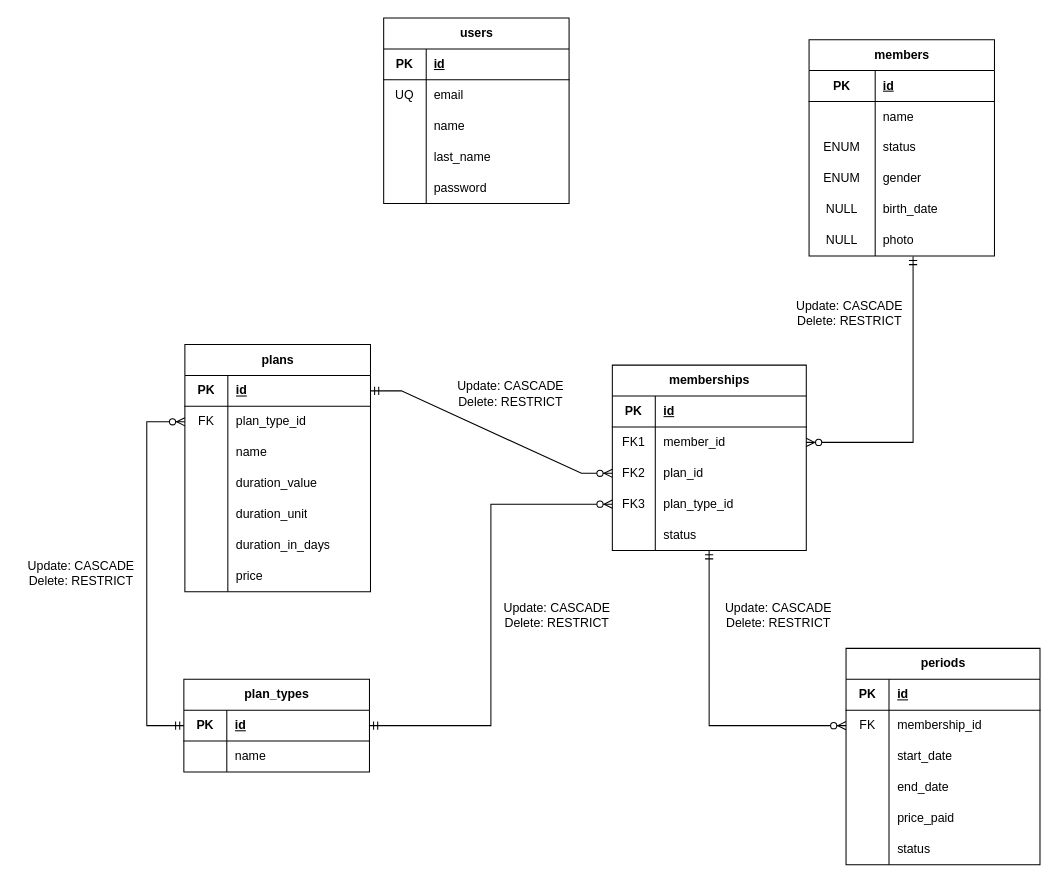
The draw.io diagram docs/logical-design.drawio in hdz-kevin/TecnoGym, before the edit. Source tidied: cells renumbered, new cells numbered last; positions are measured from the earlier drawing's top-left corner, leaving out a move shared by most shapes. Both pictures are drawn from the tidied source at 103%, with x=0, y=0 at pixel (18, 18).
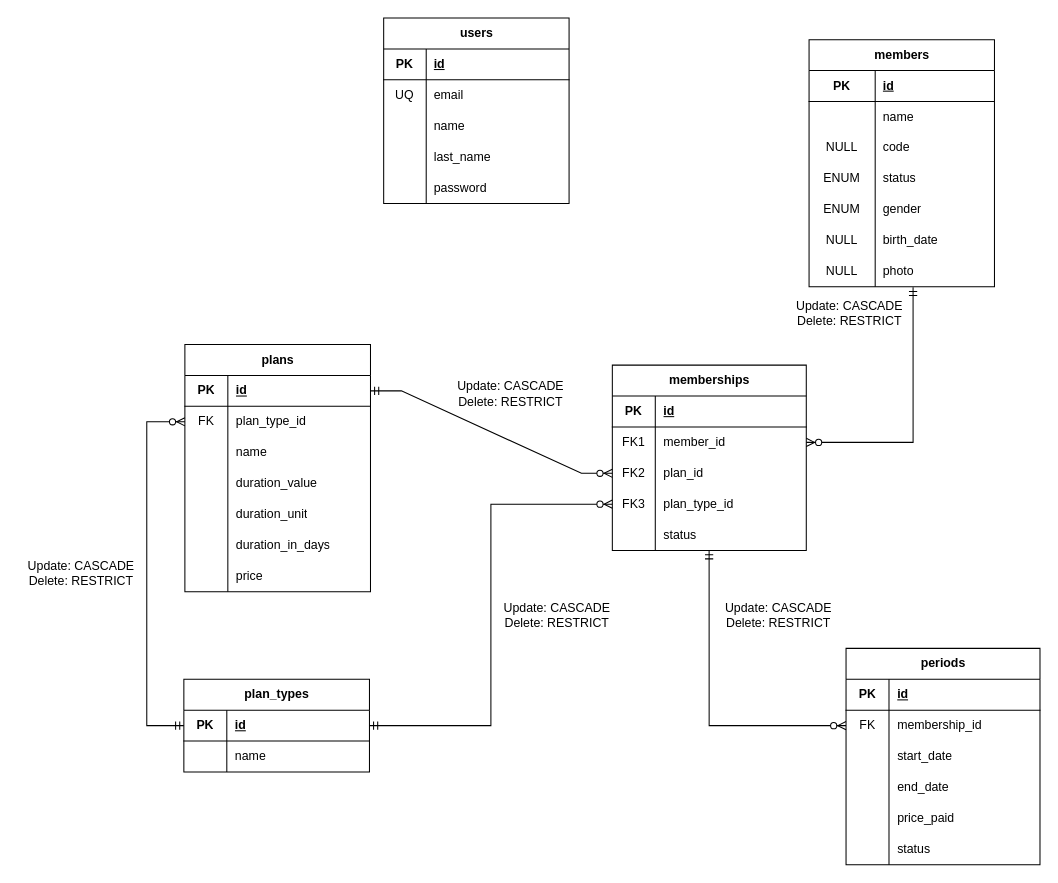
After the change.

Commit message (it also covers changes not shown here):
add code column to members table

Diff of the diagram source:
```diff
@@
     <mxCell id="18" value="members" style="shape=table;startSize=30;childLayout=tableLayout;rowLines=0;fontStyle=1;align=center;html=1;" parent="1" vertex="1">
-      <mxGeometry x="768" y="21" width="180" height="210" as="geometry" />
+      <mxGeometry x="768" y="21" width="180" height="240" as="geometry" />
     </mxCell>
@@
+    <mxCell id="112" style="shape=tableRow;horizontal=0;startSize=0;swimlaneHead=0;swimlaneBody=0;fillColor=none;top=0;left=0;right=0;bottom=0;" parent="18" vertex="1">
+      <mxGeometry y="90" width="180" height="30" as="geometry" />
+    </mxCell>
+    <mxCell id="113" value="NULL" style="shape=partialRectangle;fillColor=none;top=0;left=0;bottom=0;right=0;overflow=hidden;whiteSpace=wrap;html=1;" parent="112" vertex="1">
+      <mxGeometry width="64.2" height="30" as="geometry" />
+    </mxCell>
+    <mxCell id="114" value="code" style="shape=partialRectangle;fillColor=none;top=0;left=0;bottom=0;right=0;align=left;spacingLeft=6;overflow=hidden;whiteSpace=wrap;html=1;" parent="112" vertex="1">
+      <mxGeometry x="64.2" width="115.8" height="30" as="geometry" />
+    </mxCell>
     <mxCell id="25" style="shape=tableRow;horizontal=0;startSize=0;swimlaneHead=0;swimlaneBody=0;fillColor=none;top=0;left=0;right=0;bottom=0;" parent="18" vertex="1">
-      <mxGeometry y="90" width="180" height="30" as="geometry" />
+      <mxGeometry y="120" width="180" height="30" as="geometry" />
     </mxCell>
@@
     <mxCell id="28" style="shape=tableRow;horizontal=0;startSize=0;swimlaneHead=0;swimlaneBody=0;fillColor=none;top=0;left=0;right=0;bottom=0;" parent="18" vertex="1">
-      <mxGeometry y="120" width="180" height="30" as="geometry" />
+      <mxGeometry y="150" width="180" height="30" as="geometry" />
     </mxCell>
@@
     <mxCell id="31" style="shape=tableRow;horizontal=0;startSize=0;swimlaneHead=0;swimlaneBody=0;fillColor=none;top=0;left=0;right=0;bottom=0;" parent="18" vertex="1">
-      <mxGeometry y="150" width="180" height="30" as="geometry" />
+      <mxGeometry y="180" width="180" height="30" as="geometry" />
     </mxCell>
@@
     <mxCell id="34" style="shape=tableRow;horizontal=0;startSize=0;swimlaneHead=0;swimlaneBody=0;fillColor=none;points=[[0,0.5],[1,0.5]];portConstraint=eastwest;top=0;left=0;right=0;bottom=0;" parent="18" vertex="1">
-      <mxGeometry y="180" width="180" height="30" as="geometry" />
+      <mxGeometry y="210" width="180" height="30" as="geometry" />
     </mxCell>
```
